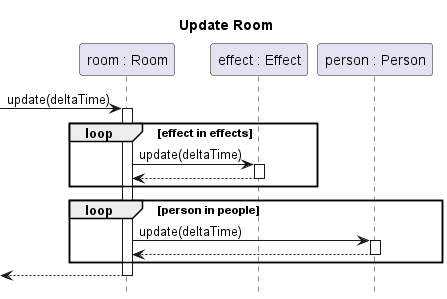
Before: docs/img/diagrams/sequence/room-update.png, a diagram exported from PlantUML (sn4k3ch4rm3r/logarlec). The source it was exported from:
```plantuml
@startuml room-update
title Update Room
hide footbox
autoactivate on

participant "room : Room" as room
participant "effect : Effect" as effect
participant "person : Person" as person

[-> room : update(deltaTime)
loop effect in effects
	room -> effect : update(deltaTime)
	return
end
loop person in people
	room -> person : update(deltaTime)
	return
end
return

@enduml
```
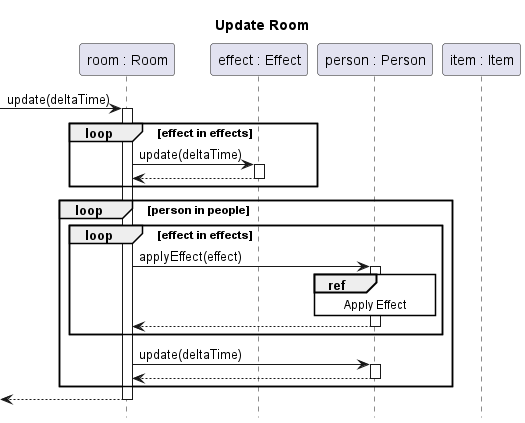
The same file after the commit.

Change to the diagram source:
```diff
@@ -2,20 +2,27 @@
 title Update Room
 hide footbox
 autoactivate on
+skinparam SequenceReferenceBackgroundColor white
 
 participant "room : Room" as room
 participant "effect : Effect" as effect
 participant "person : Person" as person
+participant "item : Item" as item
 
 [-> room : update(deltaTime)
-loop effect in effects
-	room -> effect : update(deltaTime)
-	return
-end
-loop person in people
-	room -> person : update(deltaTime)
-	return
-end
+	loop effect in effects
+		room -> effect : update(deltaTime)
+		return
+	end
+	loop person in people
+		loop effect in effects
+			room -> person ++: applyEffect(effect)
+				ref over person: Apply Effect
+			return
+		end
+		room -> person : update(deltaTime)
+		return
+	end
 return
 
 @enduml
```
